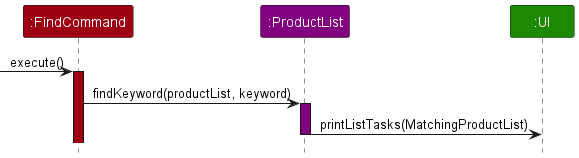
This is docs/images/FindCommandExecuteSequenceDiagram.png from leongxingyu/tp, a PlantUML export, as it was before one commit.
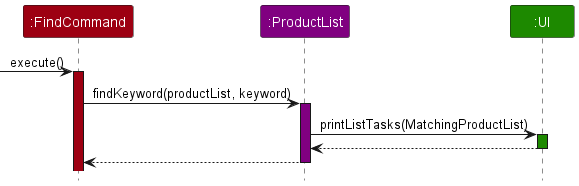
After the change.

Diff of the diagram source:
```diff
@@ -13,6 +13,14 @@
 activate productlist PRODUCTLIST_COLOR
 
 productlist -> ui : printListTasks(MatchingProductList)
+activate ui UI_COLOR
+
+productlist <-- ui
+deactivate ui UI_COLOR
+
+
+command <-- productlist
+
 deactivate productlist
 
 @enduml
```
